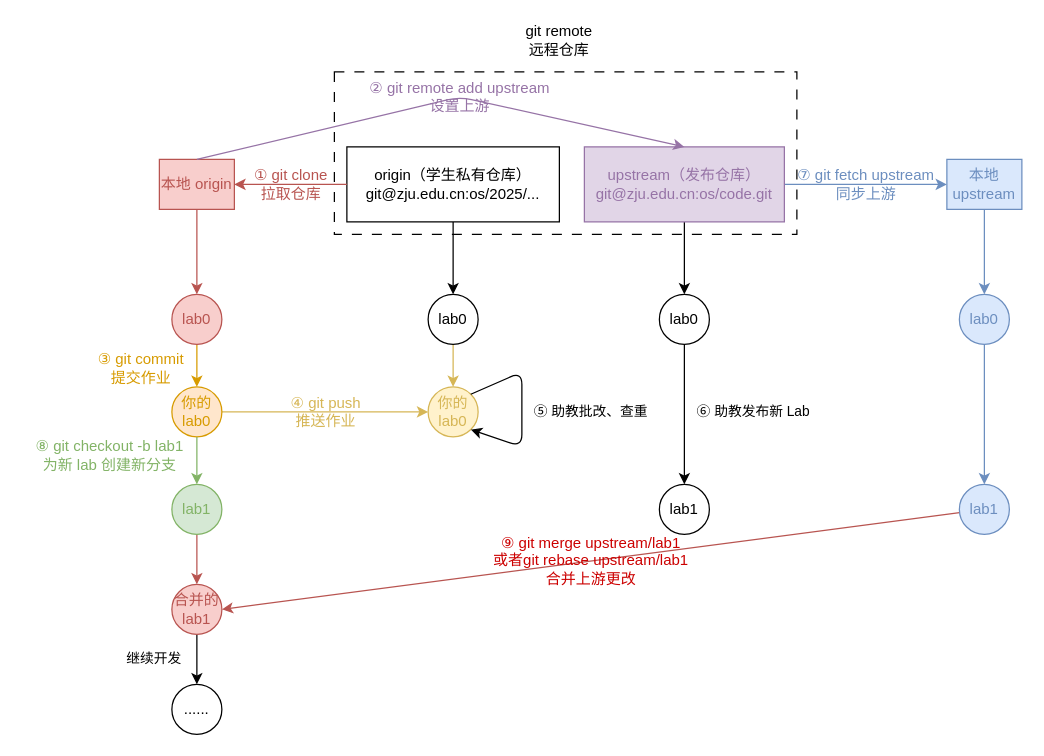
The draw.io diagram docs/manual.assets/git.drawio in ZJU-OS/doc, before the edit. Source tidied: cells renumbered, new cells numbered last; positions are measured from the earlier drawing's top-left corner, leaving out a move shared by most shapes. Both pictures are drawn from the tidied source at 125%, with x=0, y=0 at pixel (21, 21).
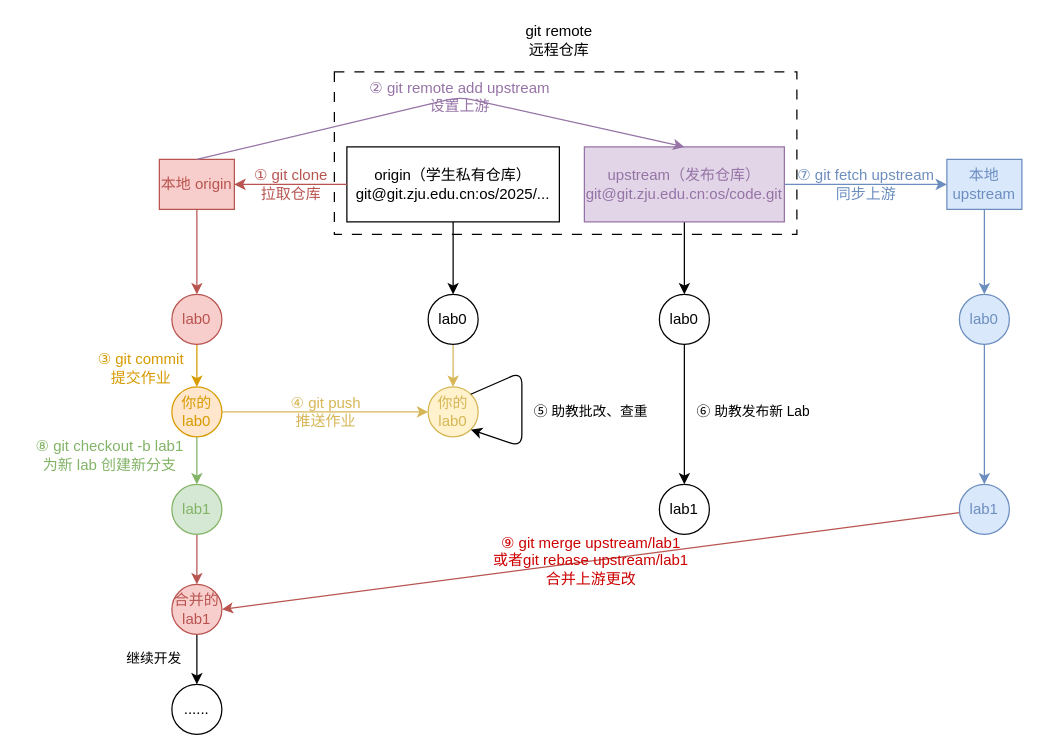
The same diagram, later.

Change to the diagram source:
```diff
@@
-    <mxCell id="5" value="origin（学生私有仓库）&lt;div&gt;git@zju.edu.cn:os/2025/...&lt;/div&gt;" style="rounded=0;whiteSpace=wrap;html=1;" parent="1" vertex="1">
+    <mxCell id="5" value="origin（学生私有仓库）&lt;div&gt;git@git.zju.edu.cn:os/2025/...&lt;/div&gt;" style="rounded=0;whiteSpace=wrap;html=1;" parent="1" vertex="1">
       <mxGeometry x="260" y="100" width="170" height="60" as="geometry" />
     </mxCell>
@@
-    <mxCell id="8" value="&lt;font style=&quot;color: rgb(150, 115, 166);&quot;&gt;upstream（发布仓库）&lt;br&gt;&lt;/font&gt;&lt;div&gt;&lt;font style=&quot;color: rgb(150, 115, 166);&quot;&gt;git@zju.edu.cn:os/code.git&lt;/font&gt;&lt;/div&gt;" style="rounded=0;whiteSpace=wrap;html=1;fillColor=#e1d5e7;strokeColor=#9673a6;" parent="1" vertex="1">
+    <mxCell id="8" value="&lt;font style=&quot;color: rgb(150, 115, 166);&quot;&gt;upstream（发布仓库）&lt;br&gt;&lt;/font&gt;&lt;div&gt;&lt;font style=&quot;color: rgb(150, 115, 166);&quot;&gt;git@git.zju.edu.cn:os/code.git&lt;/font&gt;&lt;/div&gt;" style="rounded=0;whiteSpace=wrap;html=1;fillColor=#e1d5e7;strokeColor=#9673a6;" parent="1" vertex="1">
       <mxGeometry x="450" y="100" width="160" height="60" as="geometry" />
     </mxCell>
```
